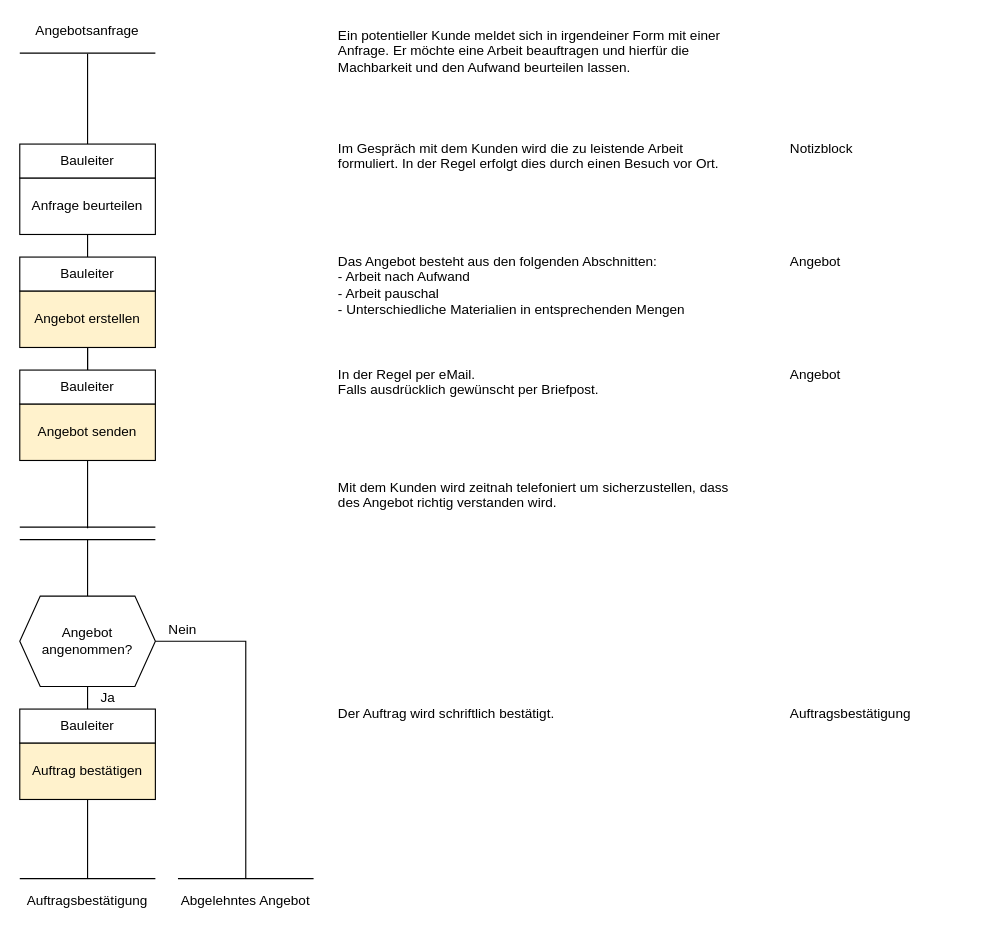
Before: Prozess Kundenanfrage.drawio in Mint-System/Wiki, a draw.io diagram. Source tidied: cells renumbered, new cells numbered last; positions are measured from the earlier drawing's top-left corner, leaving out a move shared by most shapes. Both pictures are drawn from the tidied source at 113%, with x=0, y=0 at pixel (19, 19).
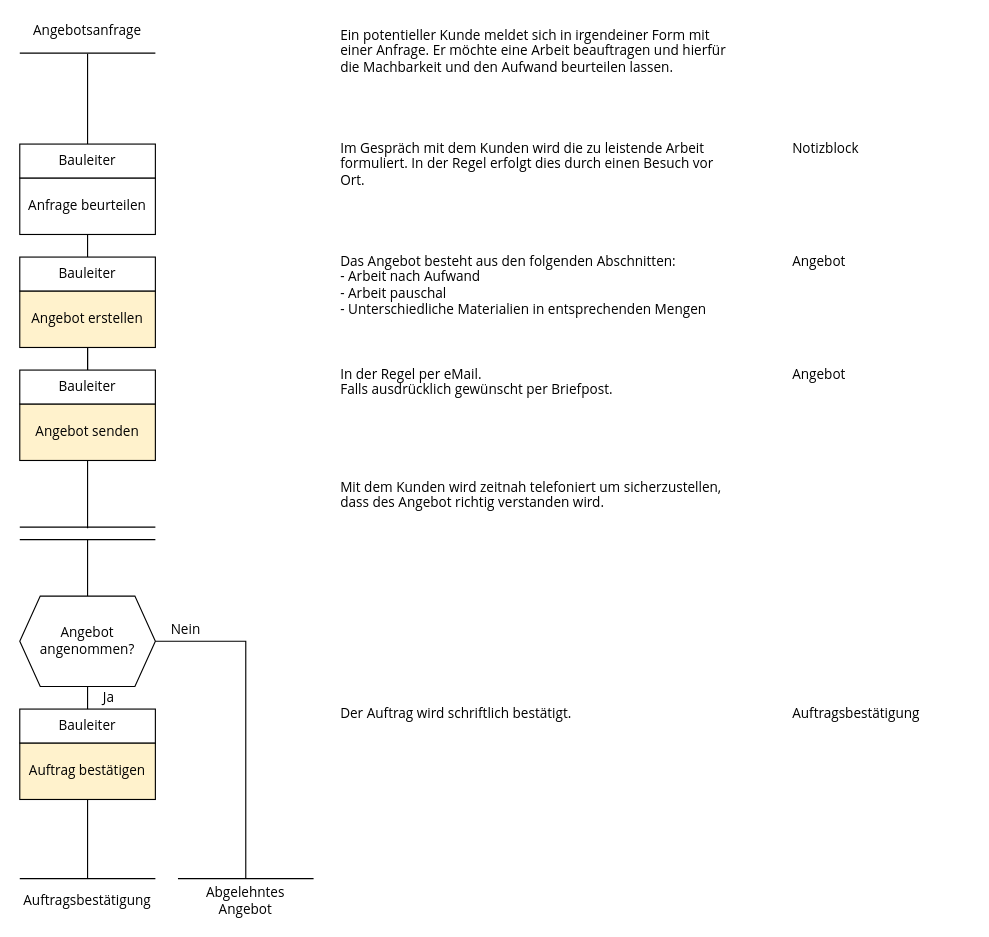
The same page after the edit.

The edit, as a diff of the source:
```diff
@@
-    <mxCell id="2" value="Im Gespräch mit dem Kunden wird die zu leistende Arbeit formuliert. In der Regel erfolgt dies durch einen Besuch vor Ort." style="rounded=0;whiteSpace=wrap;html=1;align=left;horizontal=1;verticalAlign=top;strokeColor=none;" parent="1" vertex="1">
+    <mxCell id="2" value="Im Gespräch mit dem Kunden wird die zu leistende Arbeit formuliert. In der Regel erfolgt dies durch einen Besuch vor Ort." style="rounded=0;whiteSpace=wrap;html=1;align=left;horizontal=1;verticalAlign=top;strokeColor=none;fontFamily=Open Sans;fontSize=12;spacingLeft=2;spacingRight=2;" parent="1" vertex="1">
       <mxGeometry x="280" y="100" width="360" height="100" as="geometry" />
     </mxCell>
-    <mxCell id="3" style="endArrow=none;html=1;" parent="1" edge="1">
+    <mxCell id="3" style="endArrow=none;html=1;fontFamily=Open Sans;fontSize=12;spacingLeft=2;spacingRight=2;" parent="1" edge="1">
       <mxGeometry relative="1" as="geometry">
         <mxPoint y="29.5" as="sourcePoint" />
         <mxPoint x="120" y="29.5" as="targetPoint" />
       </mxGeometry>
     </mxCell>
-    <mxCell id="4" value="Angebotsanfrage" style="text;html=1;strokeColor=none;fillColor=none;align=center;verticalAlign=middle;whiteSpace=wrap;rounded=0;" parent="1" vertex="1">
+    <mxCell id="4" value="Angebotsanfrage" style="text;html=1;strokeColor=none;fillColor=none;align=center;verticalAlign=middle;whiteSpace=wrap;rounded=0;fontFamily=Open Sans;fontSize=12;spacingLeft=2;spacingRight=2;" parent="1" vertex="1">
       <mxGeometry width="120" height="20" as="geometry" />
     </mxCell>
-    <mxCell id="5" style="endArrow=none;html=1;" parent="1" edge="1">
+    <mxCell id="5" style="endArrow=none;html=1;fontFamily=Open Sans;fontSize=12;spacingLeft=2;spacingRight=2;" parent="1" edge="1">
       <mxGeometry relative="1" as="geometry">
         <mxPoint x="60" y="110" as="sourcePoint" />
         <mxPoint x="60" y="30" as="targetPoint" />
       </mxGeometry>
     </mxCell>
-    <mxCell id="6" style="verticalLabelPosition=bottom;verticalAlign=top;html=1;shape=hexagon;perimeter=hexagonPerimeter2;arcSize=6;size=0.15098444620768228;" parent="1" vertex="1">
+    <mxCell id="6" style="verticalLabelPosition=bottom;verticalAlign=top;html=1;shape=hexagon;perimeter=hexagonPerimeter2;arcSize=6;size=0.15098444620768228;fontFamily=Open Sans;fontSize=12;spacingLeft=2;spacingRight=2;" parent="1" vertex="1">
       <mxGeometry y="510" width="120" height="80" as="geometry" />
     </mxCell>
-    <mxCell id="7" value="Angebot angenommen?" style="text;html=1;strokeColor=none;fillColor=none;align=center;verticalAlign=middle;whiteSpace=wrap;rounded=0;" parent="1" vertex="1">
+    <mxCell id="7" value="Angebot angenommen?" style="text;html=1;strokeColor=none;fillColor=none;align=center;verticalAlign=middle;whiteSpace=wrap;rounded=0;fontFamily=Open Sans;fontSize=12;spacingLeft=2;spacingRight=2;" parent="1" vertex="1">
       <mxGeometry y="510" width="120" height="80" as="geometry" />
     </mxCell>
-    <mxCell id="8" style="endArrow=none;html=1;" parent="1" edge="1">
+    <mxCell id="8" style="endArrow=none;html=1;fontFamily=Open Sans;fontSize=12;spacingLeft=2;spacingRight=2;" parent="1" edge="1">
       <mxGeometry relative="1" as="geometry">
         <mxPoint x="60" y="210" as="sourcePoint" />
         <mxPoint x="60" y="190" as="targetPoint" />
       </mxGeometry>
     </mxCell>
-    <mxCell id="9" style="endArrow=none;html=1;" parent="1" edge="1">
+    <mxCell id="9" style="endArrow=none;html=1;fontFamily=Open Sans;fontSize=12;spacingLeft=2;spacingRight=2;" parent="1" edge="1">
       <mxGeometry relative="1" as="geometry">
         <mxPoint y="449" as="sourcePoint" />
         <mxPoint x="120" y="449" as="targetPoint" />
       </mxGeometry>
     </mxCell>
-    <mxCell id="10" style="endArrow=none;html=1;" parent="1" edge="1">
+    <mxCell id="10" style="endArrow=none;html=1;fontFamily=Open Sans;fontSize=12;spacingLeft=2;spacingRight=2;" parent="1" edge="1">
       <mxGeometry relative="1" as="geometry">
         <mxPoint y="460" as="sourcePoint" />
         <mxPoint x="120" y="460" as="targetPoint" />
       </mxGeometry>
     </mxCell>
-    <mxCell id="11" style="endArrow=none;html=1;exitX=0.5;exitY=0;exitDx=0;exitDy=0;entryX=0.5;entryY=1;entryDx=0;entryDy=0;" parent="1" edge="1" target="7">
+    <mxCell id="11" style="endArrow=none;html=1;exitX=0.5;exitY=0;exitDx=0;exitDy=0;entryX=0.5;entryY=1;entryDx=0;entryDy=0;fontFamily=Open Sans;fontSize=12;spacingLeft=2;spacingRight=2;" parent="1" edge="1" target="7">
       <mxGeometry relative="1" as="geometry">
         <mxPoint x="60" y="621" as="sourcePoint" />
       </mxGeometry>
     </mxCell>
-    <mxCell id="12" value="Anfrage beurteilen" style="rounded=0;whiteSpace=wrap;html=1;" parent="1" vertex="1">
+    <mxCell id="12" value="Anfrage beurteilen" style="rounded=0;whiteSpace=wrap;html=1;fontFamily=Open Sans;fontSize=12;spacingLeft=2;spacingRight=2;" parent="1" vertex="1">
       <mxGeometry y="140" width="120" height="50" as="geometry" />
     </mxCell>
-    <mxCell id="13" value="Bauleiter" style="rounded=0;whiteSpace=wrap;html=1;" parent="1" vertex="1">
+    <mxCell id="13" value="Bauleiter" style="rounded=0;whiteSpace=wrap;html=1;fontFamily=Open Sans;fontSize=12;spacingLeft=2;spacingRight=2;" parent="1" vertex="1">
       <mxGeometry y="110" width="120" height="30" as="geometry" />
     </mxCell>
-    <mxCell id="14" value="Notizblock" style="rounded=0;whiteSpace=wrap;html=1;align=left;horizontal=1;verticalAlign=top;strokeColor=none;" parent="1" vertex="1">
+    <mxCell id="14" value="Notizblock" style="rounded=0;whiteSpace=wrap;html=1;align=left;horizontal=1;verticalAlign=top;strokeColor=none;fontFamily=Open Sans;fontSize=12;spacingLeft=2;spacingRight=2;" parent="1" vertex="1">
       <mxGeometry x="680" y="100" width="160" height="100" as="geometry" />
     </mxCell>
-    <mxCell id="15" value="Ein potentieller Kunde meldet sich in irgendeiner Form mit einer Anfrage. Er möchte eine Arbeit beauftragen und hierfür die Machbarkeit und den Aufwand beurteilen lassen." style="rounded=0;whiteSpace=wrap;html=1;align=left;horizontal=1;verticalAlign=top;strokeColor=none;" parent="1" vertex="1">
+    <mxCell id="15" value="Ein potentieller Kunde meldet sich in irgendeiner Form mit einer Anfrage. Er möchte eine Arbeit beauftragen und hierfür die Machbarkeit und den Aufwand beurteilen lassen." style="rounded=0;whiteSpace=wrap;html=1;align=left;horizontal=1;verticalAlign=top;strokeColor=none;fontFamily=Open Sans;fontSize=12;spacingLeft=2;spacingRight=2;" parent="1" vertex="1">
       <mxGeometry x="280" width="360" height="100" as="geometry" />
     </mxCell>
-    <mxCell id="16" style="endArrow=none;html=1;" parent="1" edge="1">
+    <mxCell id="16" style="endArrow=none;html=1;fontFamily=Open Sans;fontSize=12;spacingLeft=2;spacingRight=2;" parent="1" edge="1">
       <mxGeometry relative="1" as="geometry">
         <mxPoint x="60" y="310" as="sourcePoint" />
         <mxPoint x="60" y="290" as="targetPoint" />
       </mxGeometry>
     </mxCell>
-    <mxCell id="17" value="Angebot erstellen" style="rounded=0;whiteSpace=wrap;html=1;fillColor=#fff2cc;strokeColor=#000000;" parent="1" vertex="1">
+    <mxCell id="17" value="Angebot erstellen" style="rounded=0;whiteSpace=wrap;html=1;fillColor=#fff2cc;strokeColor=#000000;fontFamily=Open Sans;fontSize=12;spacingLeft=2;spacingRight=2;" parent="1" vertex="1">
       <mxGeometry y="240" width="120" height="50" as="geometry" />
     </mxCell>
-    <mxCell id="18" value="Bauleiter" style="rounded=0;whiteSpace=wrap;html=1;" parent="1" vertex="1">
+    <mxCell id="18" value="Bauleiter" style="rounded=0;whiteSpace=wrap;html=1;fontFamily=Open Sans;fontSize=12;spacingLeft=2;spacingRight=2;" parent="1" vertex="1">
       <mxGeometry y="210" width="120" height="30" as="geometry" />
     </mxCell>
-    <mxCell id="19" value="Das Angebot besteht aus den folgenden Abschnitten:&lt;br&gt;- Arbeit nach Aufwand&lt;br&gt;- Arbeit pauschal&lt;br&gt;- Unterschiedliche Materialien in entsprechenden Mengen" style="rounded=0;whiteSpace=wrap;html=1;align=left;horizontal=1;verticalAlign=top;strokeColor=none;" parent="1" vertex="1">
+    <mxCell id="19" value="Das Angebot besteht aus den folgenden Abschnitten:&lt;br style=&quot;font-size: 12px;&quot;&gt;- Arbeit nach Aufwand&lt;br style=&quot;font-size: 12px;&quot;&gt;- Arbeit pauschal&lt;br style=&quot;font-size: 12px;&quot;&gt;- Unterschiedliche Materialien in entsprechenden Mengen" style="rounded=0;whiteSpace=wrap;html=1;align=left;horizontal=1;verticalAlign=top;strokeColor=none;fontFamily=Open Sans;fontSize=12;spacingLeft=2;spacingRight=2;" parent="1" vertex="1">
       <mxGeometry x="280" y="200" width="360" height="100" as="geometry" />
     </mxCell>
-    <mxCell id="20" value="Angebot" style="rounded=0;whiteSpace=wrap;html=1;align=left;horizontal=1;verticalAlign=top;strokeColor=none;" parent="1" vertex="1">
+    <mxCell id="20" value="Angebot" style="rounded=0;whiteSpace=wrap;html=1;align=left;horizontal=1;verticalAlign=top;strokeColor=none;fontFamily=Open Sans;fontSize=12;spacingLeft=2;spacingRight=2;" parent="1" vertex="1">
       <mxGeometry x="680" y="200" width="160" height="100" as="geometry" />
     </mxCell>
-    <mxCell id="21" style="endArrow=none;html=1;" parent="1" edge="1">
+    <mxCell id="21" style="endArrow=none;html=1;fontFamily=Open Sans;fontSize=12;spacingLeft=2;spacingRight=2;" parent="1" edge="1">
       <mxGeometry relative="1" as="geometry">
         <mxPoint x="60" y="310" as="sourcePoint" />
         <mxPoint x="60" y="290" as="targetPoint" />
       </mxGeometry>
     </mxCell>
-    <mxCell id="22" value="Angebot senden" style="rounded=0;whiteSpace=wrap;html=1;fillColor=#fff2cc;strokeColor=#000000;" parent="1" vertex="1">
+    <mxCell id="22" value="Angebot senden" style="rounded=0;whiteSpace=wrap;html=1;fillColor=#fff2cc;strokeColor=#000000;fontFamily=Open Sans;fontSize=12;spacingLeft=2;spacingRight=2;" parent="1" vertex="1">
       <mxGeometry y="340" width="120" height="50" as="geometry" />
     </mxCell>
-    <mxCell id="23" value="Bauleiter" style="rounded=0;whiteSpace=wrap;html=1;" parent="1" vertex="1">
+    <mxCell id="23" value="Bauleiter" style="rounded=0;whiteSpace=wrap;html=1;fontFamily=Open Sans;fontSize=12;spacingLeft=2;spacingRight=2;" parent="1" vertex="1">
       <mxGeometry y="310" width="120" height="30" as="geometry" />
     </mxCell>
-    <mxCell id="24" value="In der Regel per eMail.&lt;br&gt;Falls ausdrücklich gewünscht per Briefpost.&lt;br&gt;&lt;br&gt;" style="rounded=0;whiteSpace=wrap;html=1;align=left;horizontal=1;verticalAlign=top;strokeColor=none;" parent="1" vertex="1">
+    <mxCell id="24" value="In der Regel per eMail.&lt;br style=&quot;font-size: 12px;&quot;&gt;Falls ausdrücklich gewünscht per Briefpost.&lt;br style=&quot;font-size: 12px;&quot;&gt;&lt;br style=&quot;font-size: 12px;&quot;&gt;" style="rounded=0;whiteSpace=wrap;html=1;align=left;horizontal=1;verticalAlign=top;strokeColor=none;fontFamily=Open Sans;fontSize=12;spacingLeft=2;spacingRight=2;" parent="1" vertex="1">
       <mxGeometry x="280" y="300" width="360" height="100" as="geometry" />
     </mxCell>
-    <mxCell id="25" value="Angebot" style="rounded=0;whiteSpace=wrap;html=1;align=left;horizontal=1;verticalAlign=top;strokeColor=none;" parent="1" vertex="1">
+    <mxCell id="25" value="Angebot" style="rounded=0;whiteSpace=wrap;html=1;align=left;horizontal=1;verticalAlign=top;strokeColor=none;fontFamily=Open Sans;fontSize=12;spacingLeft=2;spacingRight=2;" parent="1" vertex="1">
       <mxGeometry x="680" y="300" width="160" height="100" as="geometry" />
     </mxCell>
-    <mxCell id="26" value="Mit dem Kunden wird zeitnah telefoniert um sicherzustellen, dass des Angebot richtig verstanden wird." style="rounded=0;whiteSpace=wrap;html=1;align=left;horizontal=1;verticalAlign=top;strokeColor=none;" parent="1" vertex="1">
+    <mxCell id="26" value="Mit dem Kunden wird zeitnah telefoniert um sicherzustellen, dass des Angebot richtig verstanden wird." style="rounded=0;whiteSpace=wrap;html=1;align=left;horizontal=1;verticalAlign=top;strokeColor=none;fontFamily=Open Sans;fontSize=12;spacingLeft=2;spacingRight=2;" parent="1" vertex="1">
       <mxGeometry x="280" y="400" width="360" height="100" as="geometry" />
     </mxCell>
-    <mxCell id="27" value="Auftrag bestätigen" style="rounded=0;whiteSpace=wrap;html=1;fillColor=#fff2cc;strokeColor=#000000;" parent="1" vertex="1">
+    <mxCell id="27" value="Auftrag bestätigen" style="rounded=0;whiteSpace=wrap;html=1;fillColor=#fff2cc;strokeColor=#000000;fontFamily=Open Sans;fontSize=12;spacingLeft=2;spacingRight=2;" parent="1" vertex="1">
       <mxGeometry y="640" width="120" height="50" as="geometry" />
     </mxCell>
-    <mxCell id="28" value="Bauleiter" style="rounded=0;whiteSpace=wrap;html=1;" parent="1" vertex="1">
+    <mxCell id="28" value="Bauleiter" style="rounded=0;whiteSpace=wrap;html=1;fontFamily=Open Sans;fontSize=12;spacingLeft=2;spacingRight=2;" parent="1" vertex="1">
       <mxGeometry y="610" width="120" height="30" as="geometry" />
     </mxCell>
-    <mxCell id="29" value="Auftragsbestätigung" style="text;html=1;strokeColor=none;fillColor=none;align=center;verticalAlign=middle;whiteSpace=wrap;rounded=0;" parent="1" vertex="1">
+    <mxCell id="29" value="Auftragsbestätigung" style="text;html=1;strokeColor=none;fillColor=none;align=center;verticalAlign=middle;whiteSpace=wrap;rounded=0;fontFamily=Open Sans;fontSize=12;spacingLeft=2;spacingRight=2;" parent="1" vertex="1">
       <mxGeometry y="770" width="120" height="20" as="geometry" />
     </mxCell>
-    <mxCell id="30" style="endArrow=none;html=1;" parent="1" edge="1">
+    <mxCell id="30" style="endArrow=none;html=1;fontFamily=Open Sans;fontSize=12;spacingLeft=2;spacingRight=2;" parent="1" edge="1">
       <mxGeometry relative="1" as="geometry">
         <mxPoint y="760" as="sourcePoint" />
         <mxPoint x="120" y="760" as="targetPoint" />
       </mxGeometry>
     </mxCell>
-    <mxCell id="31" style="endArrow=none;html=1;entryX=0.5;entryY=1;entryDx=0;entryDy=0;" parent="1" edge="1" target="27">
+    <mxCell id="31" style="endArrow=none;html=1;entryX=0.5;entryY=1;entryDx=0;entryDy=0;fontFamily=Open Sans;fontSize=12;spacingLeft=2;spacingRight=2;" parent="1" edge="1" target="27">
       <mxGeometry relative="1" as="geometry">
         <mxPoint x="60" y="760" as="sourcePoint" />
       </mxGeometry>
     </mxCell>
-    <mxCell id="32" style="endArrow=none;html=1;" parent="1" edge="1" source="7">
+    <mxCell id="32" style="endArrow=none;html=1;fontFamily=Open Sans;fontSize=12;spacingLeft=2;spacingRight=2;" parent="1" edge="1" source="7">
       <mxGeometry relative="1" as="geometry">
         <mxPoint x="60" y="460" as="targetPoint" />
       </mxGeometry>
     </mxCell>
-    <mxCell id="33" style="endArrow=none;html=1;entryX=0.5;entryY=1;entryDx=0;entryDy=0;" parent="1" edge="1" target="22">
+    <mxCell id="33" style="endArrow=none;html=1;entryX=0.5;entryY=1;entryDx=0;entryDy=0;fontFamily=Open Sans;fontSize=12;spacingLeft=2;spacingRight=2;" parent="1" edge="1" target="22">
       <mxGeometry relative="1" as="geometry">
         <mxPoint x="60" y="450" as="sourcePoint" />
       </mxGeometry>
     </mxCell>
-    <mxCell id="34" value="Abgelehntes Angebot" style="text;html=1;strokeColor=none;fillColor=none;align=center;verticalAlign=middle;whiteSpace=wrap;rounded=0;" parent="1" vertex="1">
+    <mxCell id="34" value="Abgelehntes Angebot" style="text;html=1;strokeColor=none;fillColor=none;align=center;verticalAlign=middle;whiteSpace=wrap;rounded=0;fontFamily=Open Sans;fontSize=12;spacingLeft=2;spacingRight=2;" parent="1" vertex="1">
       <mxGeometry x="140" y="770" width="120" height="20" as="geometry" />
     </mxCell>
-    <mxCell id="35" style="endArrow=none;html=1;" parent="1" edge="1">
+    <mxCell id="35" style="endArrow=none;html=1;fontFamily=Open Sans;fontSize=12;spacingLeft=2;spacingRight=2;" parent="1" edge="1">
       <mxGeometry relative="1" as="geometry">
         <mxPoint x="140" y="760" as="sourcePoint" />
         <mxPoint x="260" y="760" as="targetPoint" />
       </mxGeometry>
     </mxCell>
-    <mxCell id="36" style="edgeStyle=orthogonalEdgeStyle;rounded=0;jettySize=auto;html=1;strokeColor=none;startArrow=none;startFill=0;" parent="1" edge="1" target="37">
+    <mxCell id="36" style="edgeStyle=orthogonalEdgeStyle;rounded=0;jettySize=auto;html=1;strokeColor=none;startArrow=none;startFill=0;fontFamily=Open Sans;fontSize=12;spacingLeft=2;spacingRight=2;" parent="1" edge="1" target="37">
       <mxGeometry relative="1" as="geometry">
         <mxPoint x="320" y="540" as="sourcePoint" />
       </mxGeometry>
     </mxCell>
-    <mxCell id="37" value="Nein" style="text;html=1;strokeColor=none;fillColor=none;align=left;verticalAlign=middle;whiteSpace=wrap;rounded=0;" parent="1" vertex="1">
+    <mxCell id="37" value="Nein" style="text;html=1;strokeColor=none;fillColor=none;align=left;verticalAlign=middle;whiteSpace=wrap;rounded=0;fontFamily=Open Sans;fontSize=12;spacingLeft=2;spacingRight=2;" parent="1" vertex="1">
       <mxGeometry x="130" y="530" width="70" height="20" as="geometry" />
     </mxCell>
-    <mxCell id="38" value="Ja" style="text;html=1;strokeColor=none;fillColor=none;align=left;verticalAlign=middle;whiteSpace=wrap;rounded=0;" parent="1" vertex="1">
+    <mxCell id="38" value="Ja" style="text;html=1;strokeColor=none;fillColor=none;align=left;verticalAlign=middle;whiteSpace=wrap;rounded=0;fontFamily=Open Sans;fontSize=12;spacingLeft=2;spacingRight=2;" parent="1" vertex="1">
       <mxGeometry x="70" y="590" width="70" height="20" as="geometry" />
     </mxCell>
-    <mxCell id="39" style="endArrow=none;html=1;edgeStyle=orthogonalEdgeStyle;entryX=1;entryY=0.5;entryDx=0;entryDy=0;rounded=0;" parent="1" edge="1" target="7">
+    <mxCell id="39" style="endArrow=none;html=1;edgeStyle=orthogonalEdgeStyle;entryX=1;entryY=0.5;entryDx=0;entryDy=0;rounded=0;fontFamily=Open Sans;fontSize=12;spacingLeft=2;spacingRight=2;" parent="1" edge="1" target="7">
       <mxGeometry relative="1" as="geometry">
         <mxPoint x="200" y="760" as="sourcePoint" />
         <Array as="points">
           <mxPoint x="200" y="550" />
         </Array>
       </mxGeometry>
     </mxCell>
-    <mxCell id="40" value="Auftragsbestätigung" style="rounded=0;whiteSpace=wrap;html=1;align=left;horizontal=1;verticalAlign=top;strokeColor=none;" parent="1" vertex="1">
+    <mxCell id="40" value="Auftragsbestätigung" style="rounded=0;whiteSpace=wrap;html=1;align=left;horizontal=1;verticalAlign=top;strokeColor=none;fontFamily=Open Sans;fontSize=12;spacingLeft=2;spacingRight=2;" parent="1" vertex="1">
       <mxGeometry x="680" y="600" width="160" height="100" as="geometry" />
     </mxCell>
-    <mxCell id="41" value="Der Auftrag wird schriftlich bestätigt." style="rounded=0;whiteSpace=wrap;html=1;align=left;horizontal=1;verticalAlign=top;strokeColor=none;" parent="1" vertex="1">
+    <mxCell id="41" value="Der Auftrag wird schriftlich bestätigt." style="rounded=0;whiteSpace=wrap;html=1;align=left;horizontal=1;verticalAlign=top;strokeColor=none;fontFamily=Open Sans;fontSize=12;spacingLeft=2;spacingRight=2;" parent="1" vertex="1">
       <mxGeometry x="280" y="600" width="360" height="100" as="geometry" />
     </mxCell>
```
